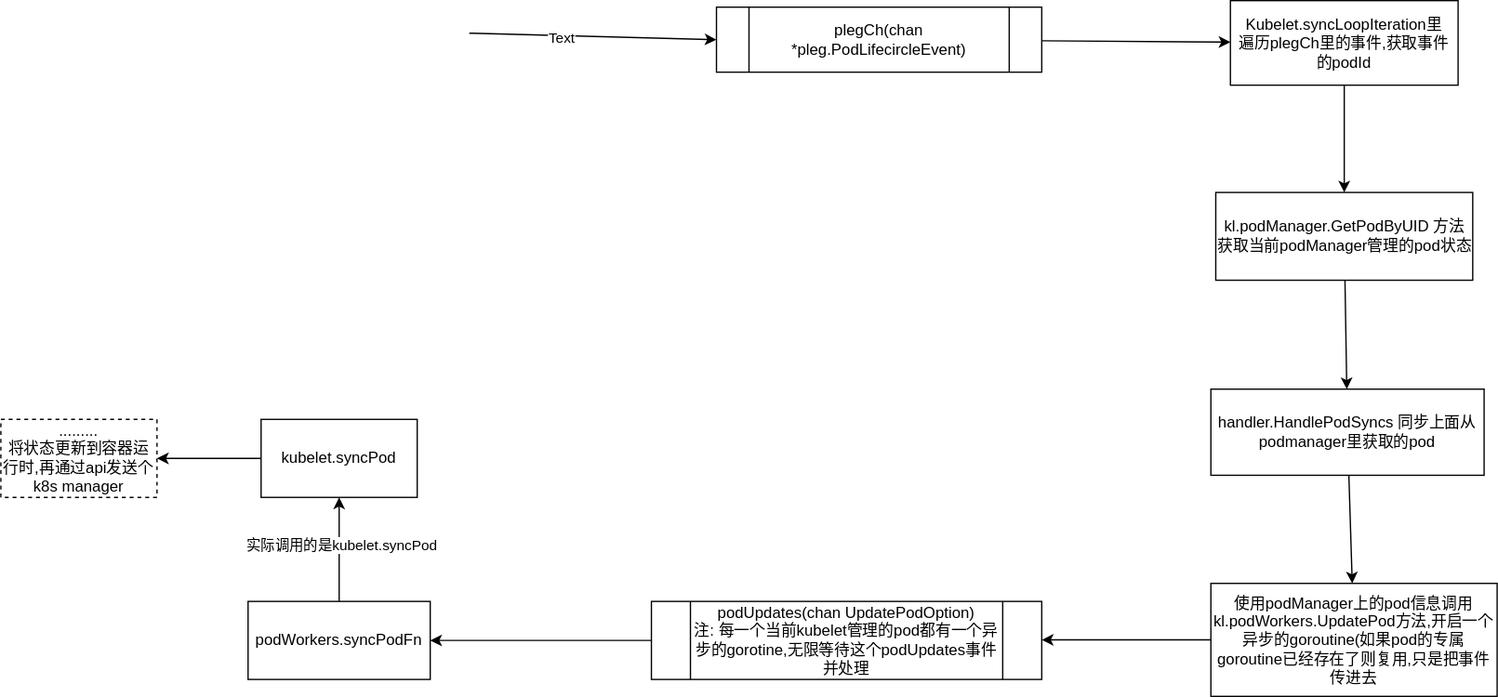
Earlier version of the draw.io export Kubernetes/pod-lifecircle.drawio.svg (FanHa/fanha.github.io). Source tidied: cells renumbered, new cells last; positions are measured from the earlier drawing's top-left corner, leaving out a move shared by most shapes.
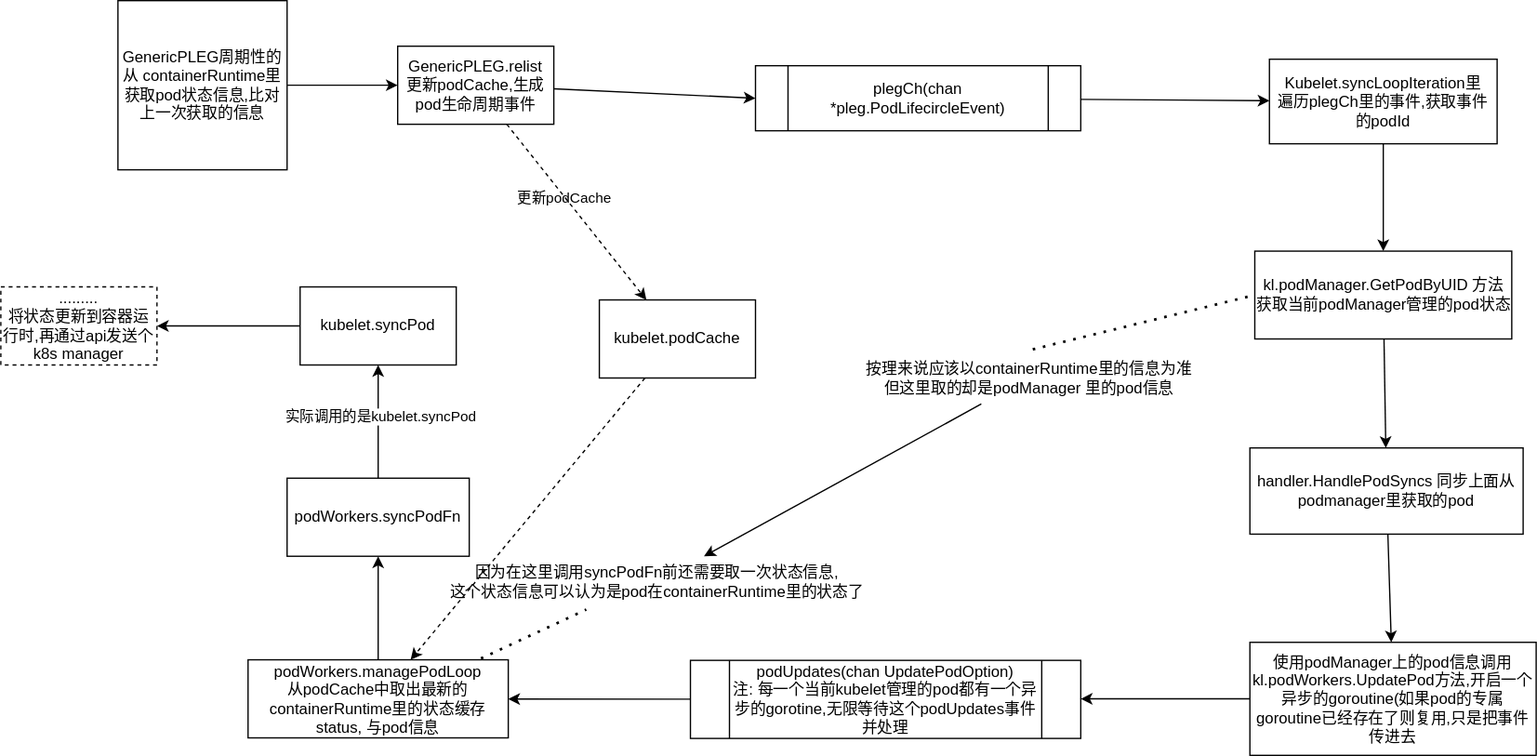
The same file after the commit.

Commit message:
pod lifecircle update

Diff of the diagram source:
```diff
@@ -34,9 +34,9 @@
     <mxCell id="11" value="使用podManager上的pod信息调用kl.podWorkers.UpdatePod方法,开启一个异步的goroutine(如果pod的专属goroutine已经存在了则复用,只是把事件传进去" style="whiteSpace=wrap;html=1;" parent="1" vertex="1">
       <mxGeometry x="930" y="448.1" width="220" height="86.9" as="geometry" />
     </mxCell>
-    <mxCell id="12" style="edgeStyle=none;html=1;" parent="1" edge="1" source="13" target="16">
-      <mxGeometry relative="1" as="geometry" />
-    </mxCell>
+    <mxCell id="22" style="edgeStyle=none;html=1;" parent="1" edge="1" source="13" target="28">
+      <mxGeometry relative="1" as="geometry" />
+    </mxCell>
     <mxCell id="13" value="podUpdates(chan UpdatePodOption)&lt;br style=&quot;border-color: var(--border-color);&quot;&gt;注: 每一个当前kubelet管理的pod都有一个异步的gorotine,无限等待这个podUpdates事件并处理" style="shape=process;whiteSpace=wrap;html=1;backgroundOutline=1;" parent="1" vertex="1">
       <mxGeometry x="500" y="462" width="300" height="60" as="geometry" />
     </mxCell>
@@ -47,24 +47,64 @@
       <mxGeometry x="0.1" y="-1" relative="1" as="geometry" />
     </mxCell>
     <mxCell id="16" value="podWorkers.syncPodFn" style="whiteSpace=wrap;html=1;" parent="1" vertex="1">
-      <mxGeometry x="190" y="462" width="140" height="60" as="geometry" />
+      <mxGeometry x="190" y="322" width="140" height="60" as="geometry" />
     </mxCell>
     <mxCell id="17" style="edgeStyle=none;html=1;" parent="1" edge="1" source="18" target="19">
       <mxGeometry relative="1" as="geometry" />
     </mxCell>
     <mxCell id="18" value="kubelet.syncPod" style="whiteSpace=wrap;html=1;" parent="1" vertex="1">
-      <mxGeometry x="200" y="322" width="120" height="60" as="geometry" />
+      <mxGeometry x="200" y="175" width="120" height="60" as="geometry" />
     </mxCell>
     <mxCell id="19" value=".........&lt;br&gt;将状态更新到容器运行时,再通过api发送个k8s manager" style="whiteSpace=wrap;html=1;dashed=1;" parent="1" vertex="1">
-      <mxGeometry y="322" width="120" height="60" as="geometry" />
+      <mxGeometry x="-30" y="175" width="120" height="60" as="geometry" />
     </mxCell>
-    <mxCell id="20" style="endArrow=classic;html=1;entryX=0;entryY=0.5;entryDx=0;entryDy=0;" parent="1" edge="1" target="3">
-      <mxGeometry relative="1" as="geometry">
-        <mxPoint x="360" y="25" as="sourcePoint" />
-      </mxGeometry>
-    </mxCell>
-    <mxCell id="21" value="Text" style="edgeLabel;html=1;align=center;verticalAlign=middle;" parent="20" vertex="1">
-      <mxGeometry x="-0.25" y="-2" relative="1" as="geometry" />
-    </mxCell>
+    <mxCell id="23" style="edgeStyle=none;html=1;" parent="1" edge="1" source="24" target="36">
+      <mxGeometry relative="1" as="geometry" />
+    </mxCell>
+    <mxCell id="24" value="GenericPLEG周期性的从 containerRuntime里获取pod状态信息,比对上一次获取的信息" style="rounded=0;whiteSpace=wrap;html=1;" parent="1" vertex="1">
+      <mxGeometry x="60" y="-45" width="130" height="130" as="geometry" />
+    </mxCell>
+    <mxCell id="25" style="edgeStyle=none;html=1;" parent="1" edge="1" source="26" target="29">
+      <mxGeometry relative="1" as="geometry" />
+    </mxCell>
+    <mxCell id="26" value="&amp;nbsp;按理来说应该以containerRuntime里的信息为准&lt;br&gt;但这里取的却是podManager 里的pod信息" style="text;html=1;align=center;verticalAlign=middle;points=[];strokeColor=none;fillColor=none;" parent="1" vertex="1">
+      <mxGeometry x="620" y="225" width="280" height="40" as="geometry" />
+    </mxCell>
+    <mxCell id="27" style="edgeStyle=none;html=1;entryX=0.5;entryY=1;entryDx=0;entryDy=0;" parent="1" edge="1" source="28" target="16">
+      <mxGeometry relative="1" as="geometry" />
+    </mxCell>
+    <mxCell id="28" value="podWorkers.managePodLoop&lt;br&gt;从podCache中取出最新的containerRuntime里的状态缓存 status, 与pod信息" style="whiteSpace=wrap;html=1;" parent="1" vertex="1">
+      <mxGeometry x="160" y="461.6" width="200" height="60" as="geometry" />
+    </mxCell>
+    <mxCell id="29" value="&amp;nbsp;因为在这里调用syncPodFn前还需要取一次状态信息,&lt;br&gt;这个状态信息可以认为是pod在containerRuntime里的状态了" style="text;html=1;align=center;verticalAlign=middle;points=[];strokeColor=none;fillColor=none;" parent="1" vertex="1">
+      <mxGeometry x="304" y="382" width="340" height="40" as="geometry" />
+    </mxCell>
+    <mxCell id="30" style="endArrow=none;dashed=1;html=1;dashPattern=1 3;strokeWidth=2;entryX=0;entryY=0.5;entryDx=0;entryDy=0;exitX=0.511;exitY=-0.05;exitDx=0;exitDy=0;exitPerimeter=0;" parent="1" edge="1" source="26" target="7">
+      <mxGeometry relative="1" as="geometry" />
+    </mxCell>
+    <mxCell id="31" style="endArrow=none;dashed=1;html=1;dashPattern=1 3;strokeWidth=2;exitX=0.895;exitY=-0.017;exitDx=0;exitDy=0;exitPerimeter=0;entryX=0.341;entryY=1.025;entryDx=0;entryDy=0;entryPerimeter=0;" parent="1" edge="1" source="28" target="29">
+      <mxGeometry relative="1" as="geometry" />
+    </mxCell>
+    <mxCell id="32" style="edgeStyle=none;html=1;strokeColor=none;" parent="1" edge="1" source="36" target="38">
+      <mxGeometry relative="1" as="geometry" />
+    </mxCell>
+    <mxCell id="33" value="更新podCache" style="edgeLabel;html=1;align=center;verticalAlign=middle;" parent="32" vertex="1">
+      <mxGeometry x="-0.18" y="-1" relative="1" as="geometry" />
+    </mxCell>
+    <mxCell id="34" style="edgeStyle=none;html=1;entryX=0;entryY=0.5;entryDx=0;entryDy=0;" parent="1" edge="1" source="36" target="3">
+      <mxGeometry relative="1" as="geometry" />
+    </mxCell>
+    <mxCell id="35" style="edgeStyle=none;html=1;dashed=1;" parent="1" edge="1" source="36" target="38">
+      <mxGeometry relative="1" as="geometry" />
+    </mxCell>
+    <mxCell id="36" value="GenericPLEG.relist&lt;br&gt;更新podCache,生成pod生命周期事件" style="whiteSpace=wrap;html=1;rounded=0;" parent="1" vertex="1">
+      <mxGeometry x="275" y="-10" width="120" height="60" as="geometry" />
+    </mxCell>
+    <mxCell id="37" style="edgeStyle=none;html=1;dashed=1;" parent="1" edge="1" source="38" target="28">
+      <mxGeometry relative="1" as="geometry" />
+    </mxCell>
+    <mxCell id="38" value="kubelet.podCache" style="rounded=0;whiteSpace=wrap;html=1;" parent="1" vertex="1">
+      <mxGeometry x="430" y="185" width="120" height="60" as="geometry" />
+    </mxCell>
   </root>
 </mxGraphModel>
```
